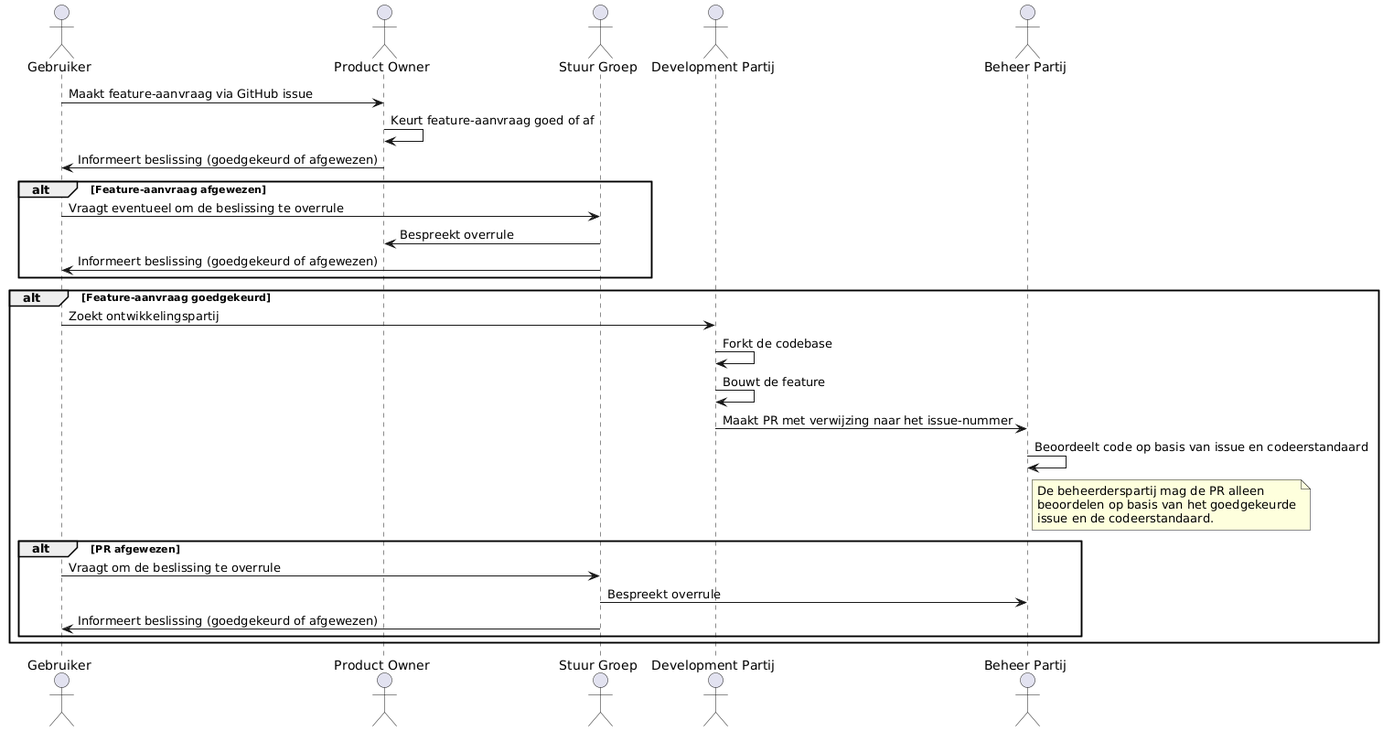
The PlantUML diagram docs/developers/feature_flow.png in OpenCatalogi/opencatalogi, before a commit. Its source is kept beside it as docs/developers/feature_flow.puml.
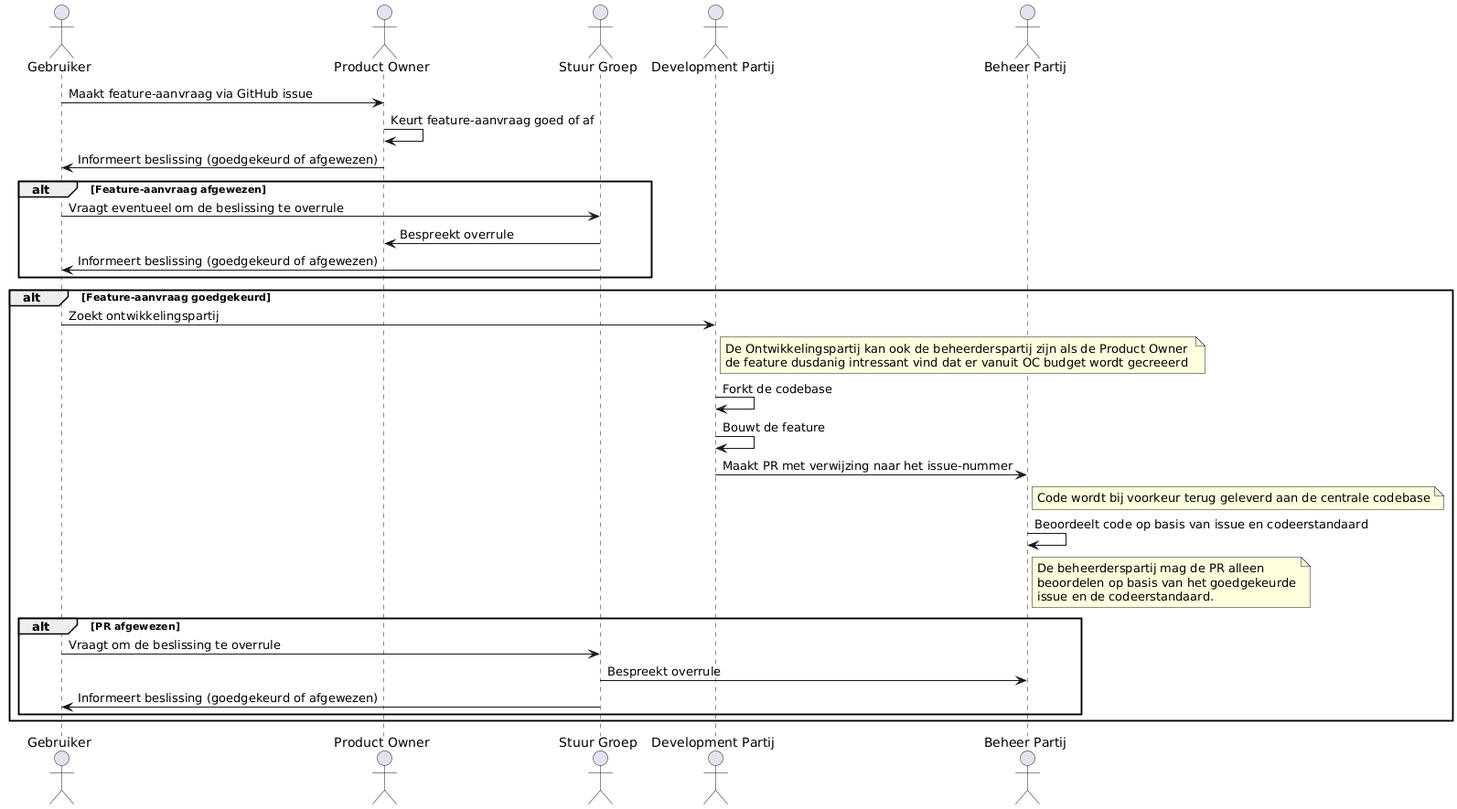
The same diagram one commit later.

Commit message:
Wat meer nuance in de feature flow

Diff of the diagram source:
```diff
@@ -17,9 +17,17 @@
 
 alt Feature-aanvraag goedgekeurd
     Gebruiker -> Ontwikkelingspartij: Zoekt ontwikkelingspartij
+    note right of Ontwikkelingspartij
+        De Ontwikkelingspartij kan ook de beheerderspartij zijn als de Product Owner
+        de feature dusdanig intressant vind dat er vanuit OC budget wordt gecreeerd
+    end note
+
     Ontwikkelingspartij -> Ontwikkelingspartij: Forkt de codebase
     Ontwikkelingspartij -> Ontwikkelingspartij: Bouwt de feature
     Ontwikkelingspartij -> Beheerderspartij: Maakt PR met verwijzing naar het issue-nummer
+    note right of Beheerderspartij
+     Code wordt bij voorkeur terug geleverd aan de centrale codebase
+    end note
     Beheerderspartij -> Beheerderspartij: Beoordeelt code op basis van issue en codeerstandaard
 
     note right of Beheerderspartij
```
